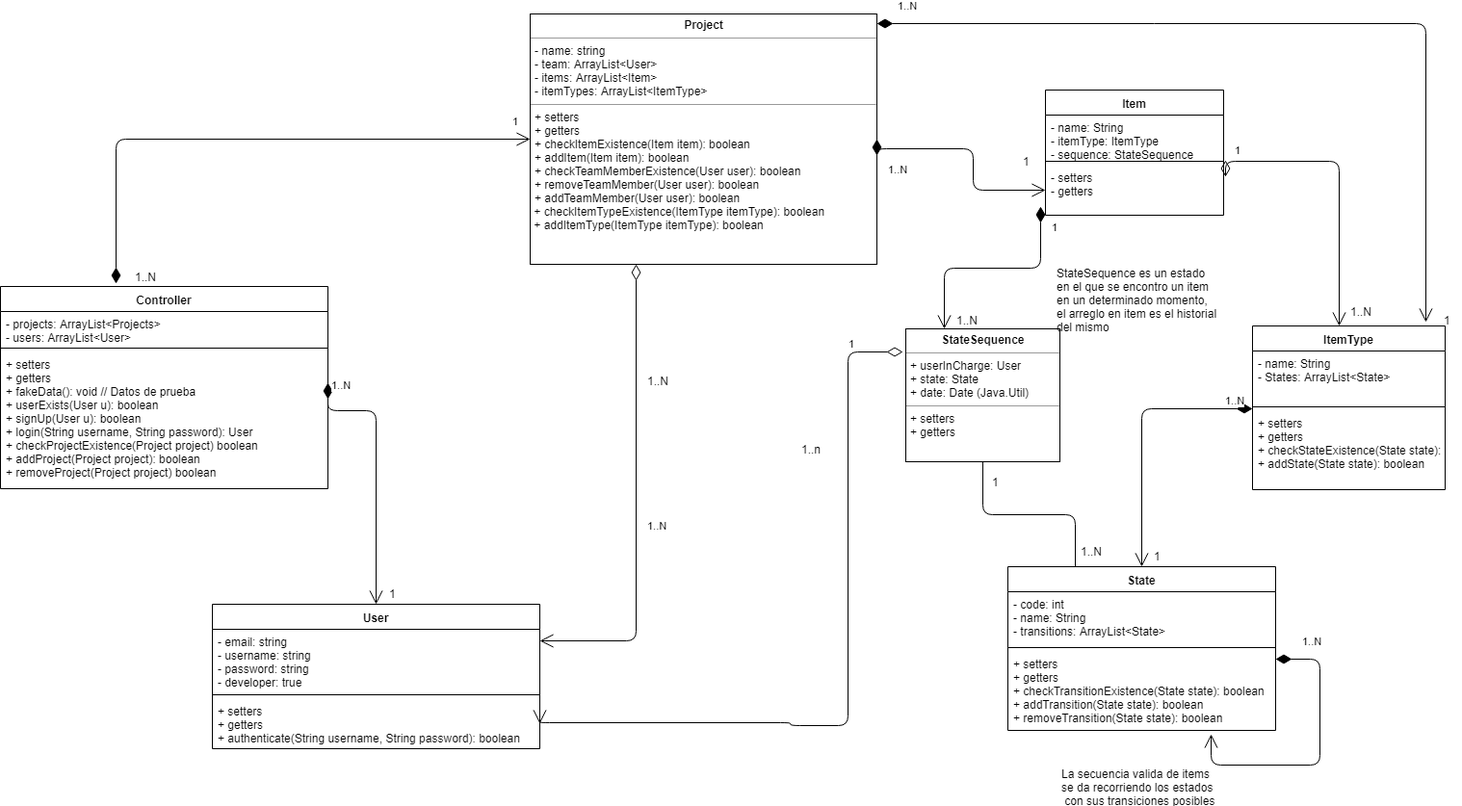
Before: Diagrama de Clases - Integrador objetos.png, a diagram exported from draw.io (BrianRigoni/IntegradorObjetos). Source tidied: cells renumbered, new cells last; positions are measured from the earlier drawing's top-left corner, leaving out a move shared by most shapes.
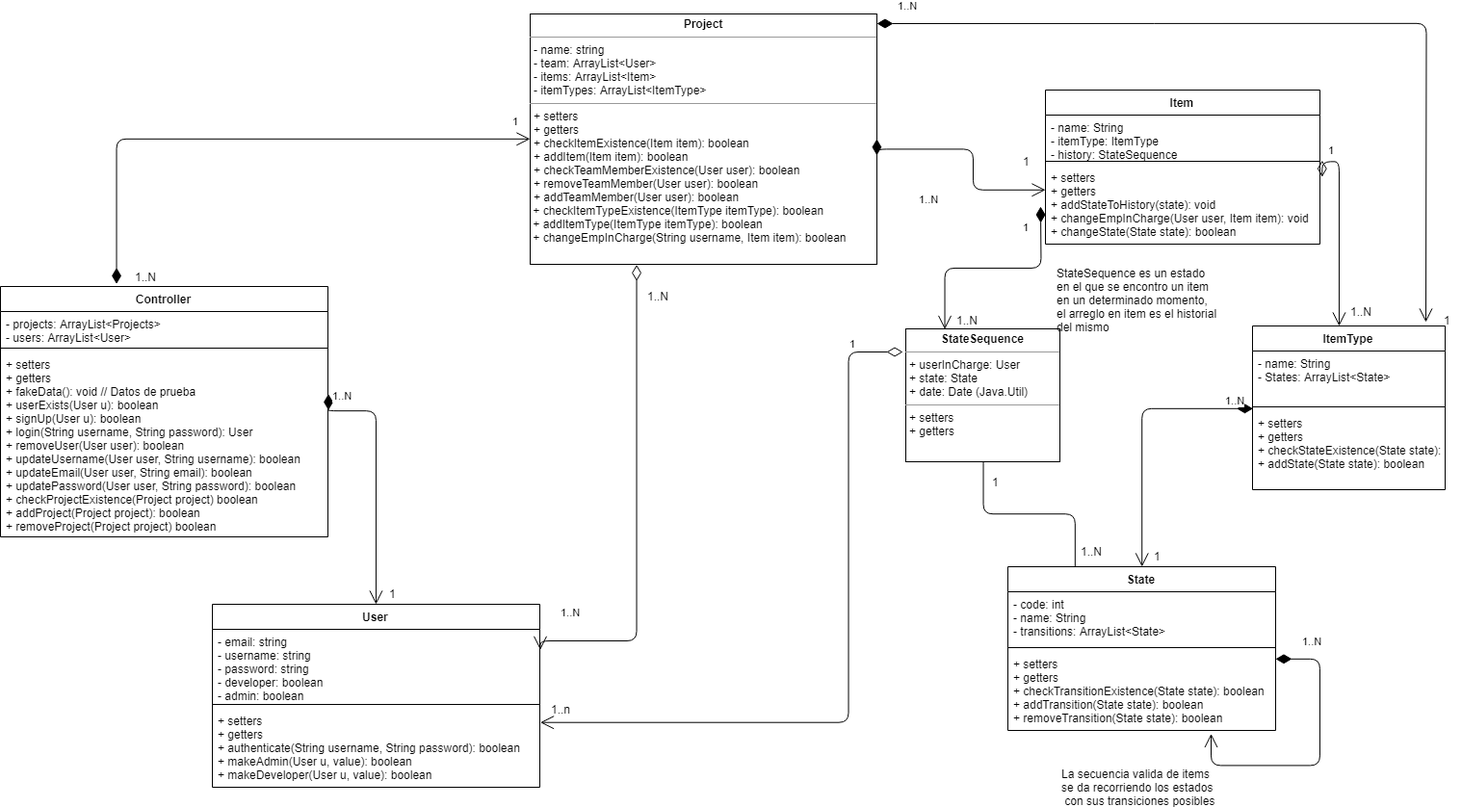
After the commit.

Diff of the diagram source:
```diff
@@ -2,7 +2,7 @@
   <root>
     <mxCell id="0" />
     <mxCell id="1" parent="0" />
-    <mxCell id="2" value="&lt;p style=&quot;margin: 0px ; margin-top: 4px ; text-align: center&quot;&gt;&lt;b&gt;Project&lt;/b&gt;&lt;/p&gt;&lt;hr size=&quot;1&quot;&gt;&lt;p style=&quot;margin: 0px ; margin-left: 4px&quot;&gt;- name: string&lt;/p&gt;&lt;p style=&quot;margin: 0px ; margin-left: 4px&quot;&gt;- team: ArrayList&amp;lt;User&amp;gt;&lt;/p&gt;&lt;p style=&quot;margin: 0px ; margin-left: 4px&quot;&gt;- items: ArrayList&amp;lt;Item&amp;gt;&lt;/p&gt;&lt;p style=&quot;margin: 0px ; margin-left: 4px&quot;&gt;- itemTypes: ArrayList&amp;lt;ItemType&amp;gt;&lt;br&gt;&lt;/p&gt;&lt;hr size=&quot;1&quot;&gt;&lt;p style=&quot;margin: 0px ; margin-left: 4px&quot;&gt;+ setters&lt;/p&gt;&lt;p style=&quot;margin: 0px ; margin-left: 4px&quot;&gt;+ getters&lt;/p&gt;&lt;p style=&quot;margin: 0px ; margin-left: 4px&quot;&gt;+ checkItemExistence(Item item): boolean&lt;/p&gt;&lt;p style=&quot;margin: 0px ; margin-left: 4px&quot;&gt;+ addItem(Item item): boolean&lt;/p&gt;&lt;p style=&quot;margin: 0px ; margin-left: 4px&quot;&gt;+ checkTeamMemberExistence(User user): boolean&lt;/p&gt;&lt;p style=&quot;margin: 0px ; margin-left: 4px&quot;&gt;+ removeTeamMember(User user): boolean&lt;br&gt;&lt;/p&gt;&lt;p style=&quot;margin: 0px ; margin-left: 4px&quot;&gt;+ addTeamMember(User user): boolean&lt;/p&gt;&lt;div&gt;&amp;nbsp;+ checkItemTypeExistence(ItemType itemType): boolean&lt;/div&gt;&lt;div&gt;&amp;nbsp;+ addItemType(ItemType itemType): boolean&lt;br&gt;&lt;/div&gt;" style="verticalAlign=top;align=left;overflow=fill;fontSize=12;fontFamily=Helvetica;html=1;" parent="1" vertex="1">
+    <mxCell id="2" value="&lt;p style=&quot;margin: 0px ; margin-top: 4px ; text-align: center&quot;&gt;&lt;b&gt;Project&lt;/b&gt;&lt;/p&gt;&lt;hr size=&quot;1&quot;&gt;&lt;p style=&quot;margin: 0px ; margin-left: 4px&quot;&gt;- name: string&lt;/p&gt;&lt;p style=&quot;margin: 0px ; margin-left: 4px&quot;&gt;- team: ArrayList&amp;lt;User&amp;gt;&lt;/p&gt;&lt;p style=&quot;margin: 0px ; margin-left: 4px&quot;&gt;- items: ArrayList&amp;lt;Item&amp;gt;&lt;/p&gt;&lt;p style=&quot;margin: 0px ; margin-left: 4px&quot;&gt;- itemTypes: ArrayList&amp;lt;ItemType&amp;gt;&lt;br&gt;&lt;/p&gt;&lt;hr size=&quot;1&quot;&gt;&lt;p style=&quot;margin: 0px ; margin-left: 4px&quot;&gt;+ setters&lt;/p&gt;&lt;p style=&quot;margin: 0px ; margin-left: 4px&quot;&gt;+ getters&lt;/p&gt;&lt;p style=&quot;margin: 0px ; margin-left: 4px&quot;&gt;+ checkItemExistence(Item item): boolean&lt;/p&gt;&lt;p style=&quot;margin: 0px ; margin-left: 4px&quot;&gt;+ addItem(Item item): boolean&lt;/p&gt;&lt;p style=&quot;margin: 0px ; margin-left: 4px&quot;&gt;+ checkTeamMemberExistence(User user): boolean&lt;/p&gt;&lt;p style=&quot;margin: 0px ; margin-left: 4px&quot;&gt;+ removeTeamMember(User user): boolean&lt;br&gt;&lt;/p&gt;&lt;p style=&quot;margin: 0px ; margin-left: 4px&quot;&gt;+ addTeamMember(User user): boolean&lt;/p&gt;&lt;div&gt;&amp;nbsp;+ checkItemTypeExistence(ItemType itemType): boolean&lt;/div&gt;&lt;div&gt;&amp;nbsp;+ addItemType(ItemType itemType): boolean&lt;br&gt;&lt;/div&gt;&lt;div&gt;&amp;nbsp;+&amp;nbsp;changeEmpInCharge(String username, Item item): boolean&lt;/div&gt;" style="verticalAlign=top;align=left;overflow=fill;fontSize=12;fontFamily=Helvetica;html=1;" parent="1" vertex="1">
       <mxGeometry x="550" width="360" height="260" as="geometry" />
     </mxCell>
     <mxCell id="3" value="ItemType" style="swimlane;fontStyle=1;align=center;verticalAlign=top;horizontal=1;startSize=26;" parent="1" vertex="1">
@@ -18,16 +18,16 @@
       <mxGeometry y="88" width="200" height="82" as="geometry" />
     </mxCell>
     <mxCell id="7" value="Item" style="swimlane;fontStyle=1;align=center;verticalAlign=top;horizontal=1;startSize=26;" parent="1" vertex="1">
-      <mxGeometry x="1085" y="79" width="185" height="130" as="geometry" />
+      <mxGeometry x="1085" y="79" width="285" height="160" as="geometry" />
     </mxCell>
-    <mxCell id="8" value="- name: String&#10;- itemType: ItemType&#10;- sequence: StateSequence&#10;" style="text;strokeColor=none;fillColor=none;align=left;verticalAlign=top;spacingLeft=4;spacingRight=4;overflow=hidden;" parent="7" vertex="1">
-      <mxGeometry y="26" width="185" height="44" as="geometry" />
+    <mxCell id="8" value="- name: String&#10;- itemType: ItemType&#10;- history: StateSequence&#10;" style="text;strokeColor=none;fillColor=none;align=left;verticalAlign=top;spacingLeft=4;spacingRight=4;overflow=hidden;" parent="7" vertex="1">
+      <mxGeometry y="26" width="285" height="44" as="geometry" />
     </mxCell>
     <mxCell id="9" style="line;strokeWidth=1;fillColor=none;align=left;verticalAlign=middle;spacingTop=-1;spacingLeft=3;spacingRight=3;labelPosition=right;points=[];portConstraint=eastwest;" parent="7" vertex="1">
-      <mxGeometry y="70" width="185" height="8" as="geometry" />
+      <mxGeometry y="70" width="285" height="8" as="geometry" />
     </mxCell>
-    <mxCell id="10" value="- setters&#10;- getters&#10;" style="text;strokeColor=none;fillColor=none;align=left;verticalAlign=top;spacingLeft=4;spacingRight=4;overflow=hidden;points=[[0,0.5],[1,0.5]];portConstraint=eastwest;" parent="7" vertex="1">
-      <mxGeometry y="78" width="185" height="52" as="geometry" />
+    <mxCell id="10" value="+ setters&#10;+ getters&#10;+ addStateToHistory(state): void&#10;+ changeEmpInCharge(User user, Item item): void&#10;+ changeState(State state): boolean&#10;" style="text;strokeColor=none;fillColor=none;align=left;verticalAlign=top;spacingLeft=4;spacingRight=4;overflow=hidden;points=[[0,0.5],[1,0.5]];portConstraint=eastwest;" parent="7" vertex="1">
+      <mxGeometry y="78" width="285" height="82" as="geometry" />
     </mxCell>
     <mxCell id="11" value="State" style="swimlane;fontStyle=1;align=center;verticalAlign=top;horizontal=1;startSize=26;" parent="1" vertex="1">
       <mxGeometry x="1046" y="574" width="278" height="170" as="geometry" />
@@ -60,17 +60,18 @@
       </mxGeometry>
     </mxCell>
     <mxCell id="17" value="1..N" style="endArrow=open;html=1;endSize=12;startArrow=diamondThin;startSize=14;startFill=0;edgeStyle=orthogonalEdgeStyle;align=left;verticalAlign=bottom;entryX=1;entryY=0.25;entryDx=0;entryDy=0;" parent="1" edge="1" target="34">
-      <mxGeometry x="0.38" y="61" relative="1" as="geometry">
+      <mxGeometry x="0.88" y="-21" relative="1" as="geometry">
         <mxPoint x="660" y="260" as="sourcePoint" />
         <Array as="points">
           <mxPoint x="660" y="651" />
         </Array>
-        <mxPoint x="-51" y="-60" as="offset" />
+        <mxPoint x="-1" as="offset" />
       </mxGeometry>
     </mxCell>
     <mxCell id="18" value="1" style="endArrow=open;html=1;endSize=12;startArrow=diamondThin;startSize=14;startFill=0;edgeStyle=orthogonalEdgeStyle;align=left;verticalAlign=bottom;exitX=1.01;exitY=0.424;exitDx=0;exitDy=0;exitPerimeter=0;" parent="1" edge="1" source="9" target="3">
       <mxGeometry x="-0.94" y="3" relative="1" as="geometry">
         <Array as="points">
+          <mxPoint x="1372" y="153" />
           <mxPoint x="1390" y="153" />
         </Array>
       </mxGeometry>
@@ -87,26 +88,24 @@
     <mxCell id="22" value="StateSequence es un estado&lt;br&gt;en el que se encontro un item&lt;br&gt;en un determinado momento,&lt;br&gt;el arreglo en item es el historial&lt;br&gt;del mismo&lt;br&gt;" style="text;html=1;align=left;verticalAlign=top;spacingTop=-4;" parent="1" vertex="1">
       <mxGeometry x="1095" y="260" width="180" height="70" as="geometry" />
     </mxCell>
-    <mxCell id="23" value="1" style="endArrow=open;html=1;endSize=12;startArrow=diamondThin;startSize=14;startFill=0;edgeStyle=orthogonalEdgeStyle;align=left;verticalAlign=bottom;exitX=-0.019;exitY=0.174;exitDx=0;exitDy=0;exitPerimeter=0;entryX=1;entryY=0.5;entryDx=0;entryDy=0;" parent="1" edge="1" source="19" target="37">
+    <mxCell id="23" value="1" style="endArrow=open;html=1;endSize=12;startArrow=diamondThin;startSize=14;startFill=0;edgeStyle=orthogonalEdgeStyle;align=left;verticalAlign=bottom;exitX=-0.019;exitY=0.174;exitDx=0;exitDy=0;exitPerimeter=0;entryX=1.002;entryY=0.179;entryDx=0;entryDy=0;entryPerimeter=0;" parent="1" edge="1" source="19" target="37">
       <mxGeometry x="-0.85" y="-1" relative="1" as="geometry">
         <Array as="points">
-          <mxPoint x="880" y="351" />
-          <mxPoint x="880" y="739" />
-          <mxPoint x="820" y="739" />
-          <mxPoint x="820" y="736" />
+          <mxPoint x="881" y="351" />
+          <mxPoint x="881" y="736" />
         </Array>
       </mxGeometry>
     </mxCell>
     <mxCell id="24" value="1" style="endArrow=open;html=1;endSize=12;startArrow=diamondThin;startSize=14;startFill=1;edgeStyle=orthogonalEdgeStyle;align=left;verticalAlign=bottom;entryX=0.25;entryY=0;entryDx=0;entryDy=0;" parent="1" edge="1" target="19">
-      <mxGeometry x="-0.74" y="10" relative="1" as="geometry">
+      <mxGeometry x="-0.26" y="-34" relative="1" as="geometry">
         <mxPoint x="1080" y="200" as="sourcePoint" />
       </mxGeometry>
     </mxCell>
     <mxCell id="25" value="1..n" style="text;html=1;align=left;verticalAlign=top;spacingTop=-4;" parent="1" vertex="1">
-      <mxGeometry x="830" y="443" width="40" height="10" as="geometry" />
+      <mxGeometry x="570" y="713" width="40" height="10" as="geometry" />
     </mxCell>
     <mxCell id="26" value="1..N" style="text;html=1;align=left;verticalAlign=top;spacingTop=-4;" parent="1" vertex="1">
-      <mxGeometry x="670" y="372" width="40" height="10" as="geometry" />
+      <mxGeometry x="670" y="284" width="40" height="10" as="geometry" />
     </mxCell>
     <mxCell id="27" value="1" style="text;html=1;align=left;verticalAlign=top;spacingTop=-4;" parent="1" vertex="1">
       <mxGeometry x="1060" y="144" width="20" height="10" as="geometry" />
@@ -115,7 +114,7 @@
       <mxGeometry x="1196" y="554" width="20" height="10" as="geometry" />
     </mxCell>
     <mxCell id="29" value="Controller&#10;&#10;" style="swimlane;fontStyle=1;align=center;verticalAlign=top;horizontal=1;startSize=26;" parent="1" vertex="1">
-      <mxGeometry y="283" width="340" height="210" as="geometry" />
+      <mxGeometry y="283" width="340" height="260" as="geometry" />
     </mxCell>
     <mxCell id="30" value="- projects: ArrayList&lt;Projects&gt;&#10;- users: ArrayList&lt;User&gt;" style="text;strokeColor=none;fillColor=none;align=left;verticalAlign=top;spacingLeft=4;spacingRight=4;overflow=hidden;" parent="29" vertex="1">
       <mxGeometry y="26" width="340" height="34" as="geometry" />
@@ -123,8 +122,8 @@
     <mxCell id="31" style="line;strokeWidth=1;fillColor=none;align=left;verticalAlign=middle;spacingTop=-1;spacingLeft=3;spacingRight=3;labelPosition=right;" parent="29" vertex="1">
       <mxGeometry y="60" width="340" height="8" as="geometry" />
     </mxCell>
-    <mxCell id="32" value="+ setters&#10;+ getters&#10;+ fakeData(): void // Datos de prueba&#10;+ userExists(User u): boolean&#10;+ signUp(User u): boolean&#10;+ login(String username, String password): User&#10;+ checkProjectExistence(Project project) boolean&#10;+ addProject(Project project): boolean&#10;+ removeProject(Project project) boolean &#10;" style="text;strokeColor=none;fillColor=none;align=left;verticalAlign=top;spacingLeft=4;spacingRight=4;overflow=hidden;points=[[0,0.5],[1,0.5]];portConstraint=eastwest;" parent="29" vertex="1">
-      <mxGeometry y="68" width="340" height="142" as="geometry" />
+    <mxCell id="32" value="+ setters&#10;+ getters&#10;+ fakeData(): void // Datos de prueba&#10;+ userExists(User u): boolean&#10;+ signUp(User u): boolean&#10;+ login(String username, String password): User&#10;+ removeUser(User user): boolean&#10;+ updateUsername(User user, String username): boolean&#10;+ updateEmail(User user, String email): boolean &#10;+ updatePassword(User user, String password): boolean&#10;+ checkProjectExistence(Project project) boolean&#10;+ addProject(Project project): boolean&#10;+ removeProject(Project project) boolean &#10;" style="text;strokeColor=none;fillColor=none;align=left;verticalAlign=top;spacingLeft=4;spacingRight=4;overflow=hidden;points=[[0,0.5],[1,0.5]];portConstraint=eastwest;" parent="29" vertex="1">
+      <mxGeometry y="68" width="340" height="192" as="geometry" />
     </mxCell>
     <mxCell id="33" value="1" style="endArrow=open;html=1;endSize=12;startArrow=diamondThin;startSize=14;startFill=1;edgeStyle=orthogonalEdgeStyle;align=left;verticalAlign=bottom;entryX=0;entryY=0.5;entryDx=0;entryDy=0;" parent="29" edge="1" target="2">
       <mxGeometry x="0.93" y="10" relative="1" as="geometry">
@@ -135,16 +134,16 @@
       </mxGeometry>
     </mxCell>
     <mxCell id="34" value="User" style="swimlane;fontStyle=1;align=center;verticalAlign=top;horizontal=1;startSize=26;" parent="1" vertex="1">
-      <mxGeometry x="220" y="613" width="340" height="150" as="geometry" />
+      <mxGeometry x="220" y="613" width="340" height="190" as="geometry" />
     </mxCell>
-    <mxCell id="35" value="- email: string&#10;- username: string&#10;- password: string&#10;- developer: true&#10;" style="text;strokeColor=none;fillColor=none;align=left;verticalAlign=top;spacingLeft=4;spacingRight=4;overflow=hidden;" parent="34" vertex="1">
-      <mxGeometry y="26" width="340" height="64" as="geometry" />
+    <mxCell id="35" value="- email: string&#10;- username: string&#10;- password: string&#10;- developer: boolean&#10;- admin: boolean&#10;" style="text;strokeColor=none;fillColor=none;align=left;verticalAlign=top;spacingLeft=4;spacingRight=4;overflow=hidden;" parent="34" vertex="1">
+      <mxGeometry y="26" width="340" height="74" as="geometry" />
     </mxCell>
     <mxCell id="36" style="line;strokeWidth=1;fillColor=none;align=left;verticalAlign=middle;spacingTop=-1;spacingLeft=3;spacingRight=3;labelPosition=right;" parent="34" vertex="1">
-      <mxGeometry y="90" width="340" height="8" as="geometry" />
+      <mxGeometry y="100" width="340" height="8" as="geometry" />
     </mxCell>
-    <mxCell id="37" value="+ setters&#10;+ getters&#10;+ authenticate(String username, String password): boolean&#10;" style="text;strokeColor=none;fillColor=none;align=left;verticalAlign=top;spacingLeft=4;spacingRight=4;overflow=hidden;points=[[0,0.5],[1,0.5]];portConstraint=eastwest;" parent="34" vertex="1">
-      <mxGeometry y="98" width="340" height="52" as="geometry" />
+    <mxCell id="37" value="+ setters&#10;+ getters&#10;+ authenticate(String username, String password): boolean&#10;+ makeAdmin(User u, value): boolean&#10;+ makeDeveloper(User u, value): boolean&#10;" style="text;strokeColor=none;fillColor=none;align=left;verticalAlign=top;spacingLeft=4;spacingRight=4;overflow=hidden;points=[[0,0.5],[1,0.5]];portConstraint=eastwest;" parent="34" vertex="1">
+      <mxGeometry y="108" width="340" height="82" as="geometry" />
     </mxCell>
     <mxCell id="38" value="1..N" style="endArrow=open;html=1;endSize=12;startArrow=diamondThin;startSize=14;startFill=1;edgeStyle=orthogonalEdgeStyle;align=left;verticalAlign=bottom;exitX=1;exitY=0.225;exitDx=0;exitDy=0;exitPerimeter=0;" parent="1" edge="1" source="32" target="34">
       <mxGeometry x="-0.92" y="2" relative="1" as="geometry">
```
